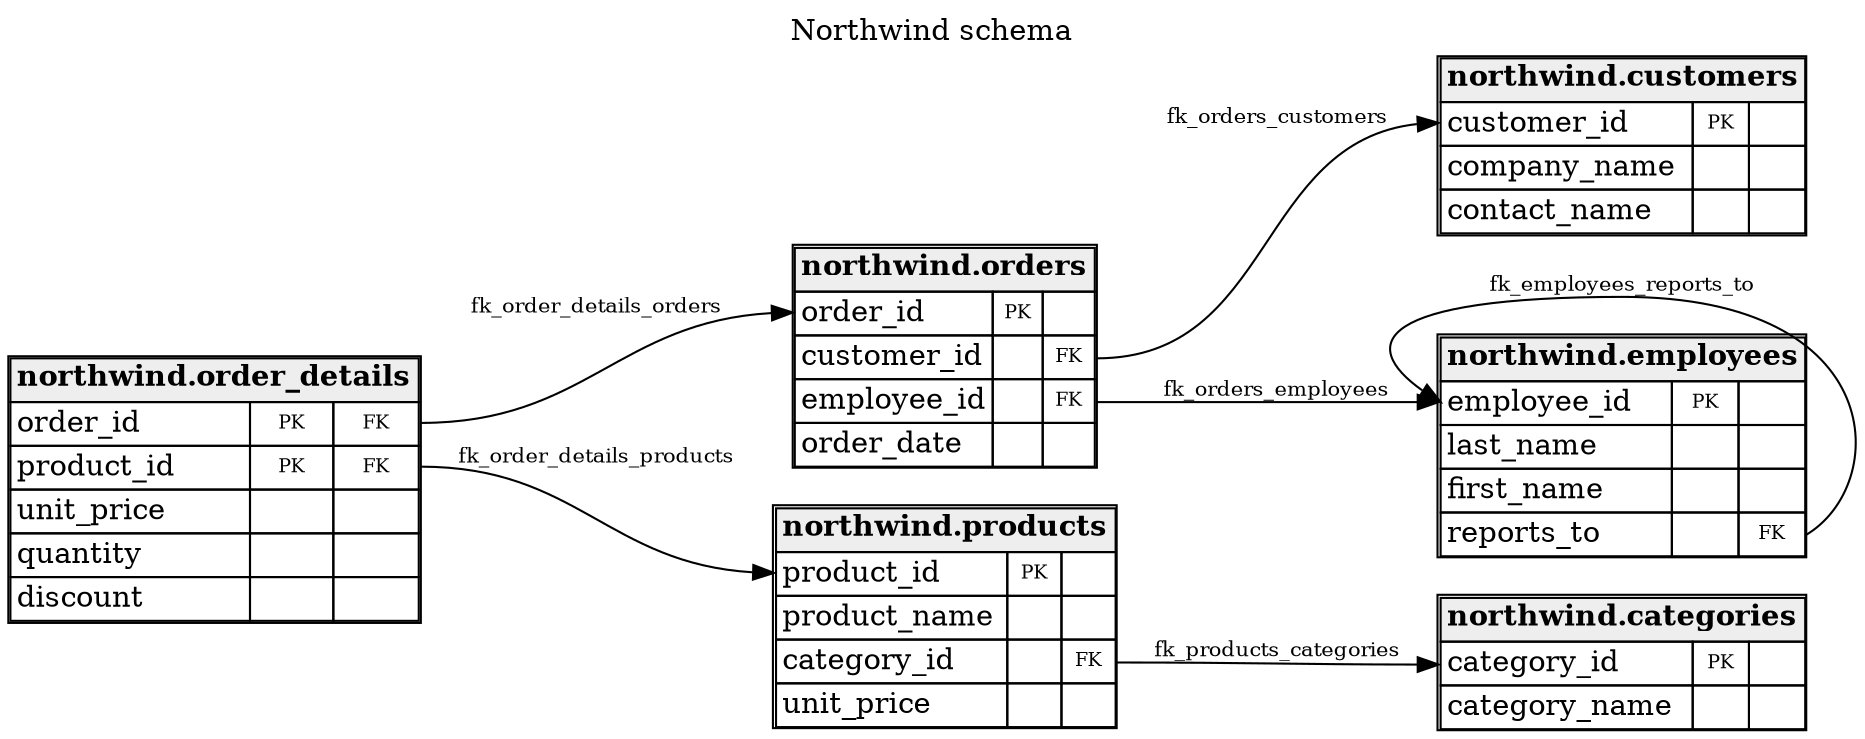
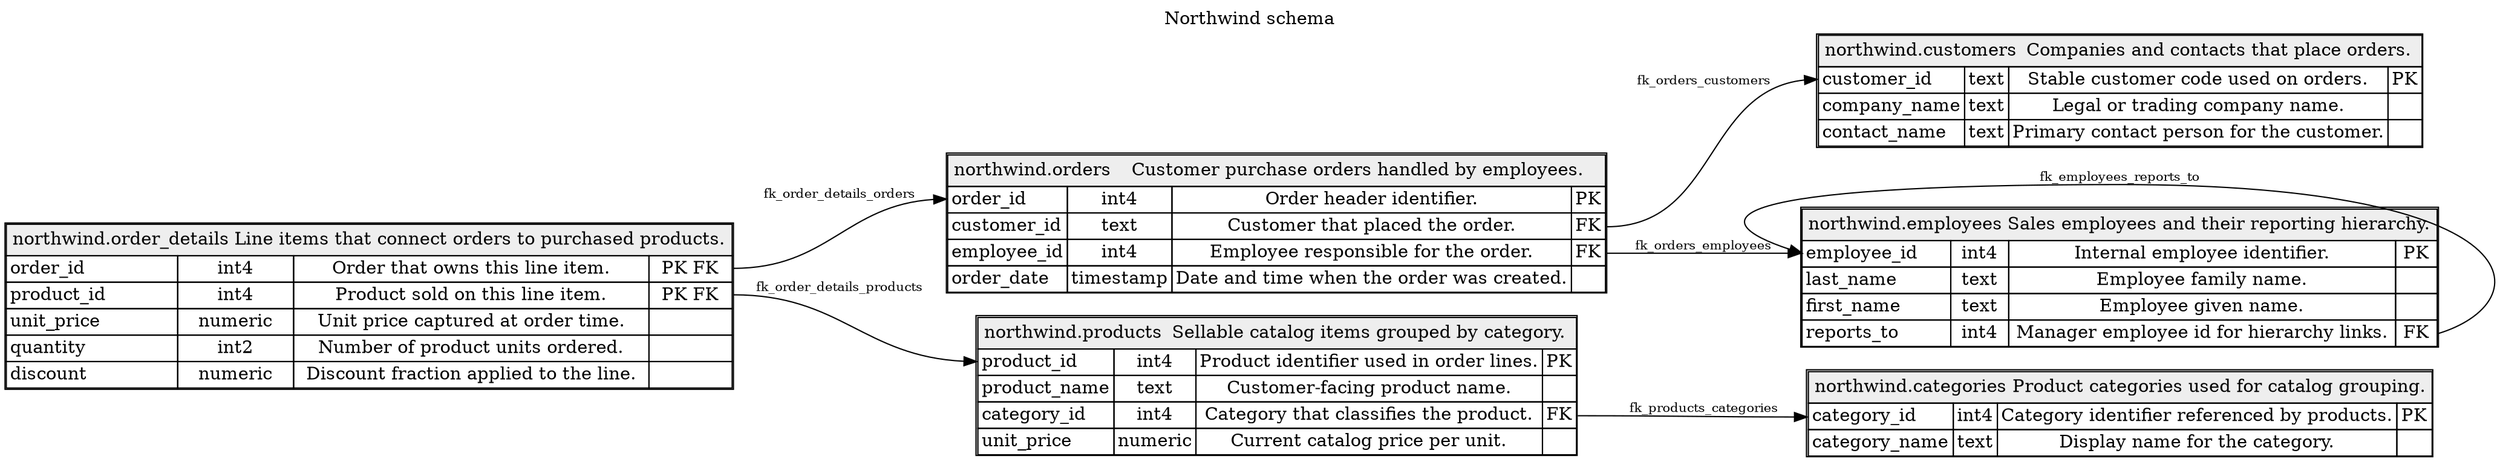
digraph DbSketch {
  graph [
    rankdir=LR,
    labelloc="t",
    label="Northwind schema"
  ];

  node [
    shape=plain
  ];

  edge [
    fontsize=10
  ];

  "table_northwind_categories" [
    label=<
      <TABLE BORDER="1" CELLBORDER="1" CELLSPACING="0">
-         <TR><TD COLSPAN="3" BGCOLOR="#EEEEEE" ALIGN="LEFT"><B>northwind.categories</B></TD></TR>
-         <TR><TD PORT="col_category_id" ALIGN="LEFT">category_id</TD><TD WIDTH="24" ALIGN="CENTER"><FONT POINT-SIZE="9">PK</FONT></TD><TD WIDTH="24"></TD></TR>
-         <TR><TD PORT="col_category_name" ALIGN="LEFT">category_name</TD><TD WIDTH="24"></TD><TD WIDTH="24"></TD></TR>
+         <TR><TD COLSPAN="4" BGCOLOR="#EEEEEE" ALIGN="LEFT"><TABLE BORDER="0" CELLBORDER="0" CELLSPACING="0"><TR><TD ALIGN="LEFT">northwind.categories</TD><TD ALIGN="LEFT">Product categories used for catalog grouping.</TD></TR></TABLE></TD></TR>
+         <TR><TD PORT="col_category_id" ALIGN="LEFT">category_id</TD><TD ALIGN="CENTER">int4</TD><TD ALIGN="CENTER">Category identifier referenced by products.</TD><TD ALIGN="CENTER">PK</TD></TR>
+         <TR><TD PORT="col_category_name" ALIGN="LEFT">category_name</TD><TD ALIGN="CENTER">text</TD><TD ALIGN="CENTER">Display name for the category.</TD><TD ALIGN="CENTER"></TD></TR>
      </TABLE>
    >
  ];

  "table_northwind_customers" [
    label=<
      <TABLE BORDER="1" CELLBORDER="1" CELLSPACING="0">
-         <TR><TD COLSPAN="3" BGCOLOR="#EEEEEE" ALIGN="LEFT"><B>northwind.customers</B></TD></TR>
-         <TR><TD PORT="col_customer_id" ALIGN="LEFT">customer_id</TD><TD WIDTH="24" ALIGN="CENTER"><FONT POINT-SIZE="9">PK</FONT></TD><TD WIDTH="24"></TD></TR>
-         <TR><TD PORT="col_company_name" ALIGN="LEFT">company_name</TD><TD WIDTH="24"></TD><TD WIDTH="24"></TD></TR>
-         <TR><TD PORT="col_contact_name" ALIGN="LEFT">contact_name</TD><TD WIDTH="24"></TD><TD WIDTH="24"></TD></TR>
+         <TR><TD COLSPAN="4" BGCOLOR="#EEEEEE" ALIGN="LEFT"><TABLE BORDER="0" CELLBORDER="0" CELLSPACING="0"><TR><TD ALIGN="LEFT">northwind.customers</TD><TD ALIGN="LEFT">Companies and contacts that place orders.</TD></TR></TABLE></TD></TR>
+         <TR><TD PORT="col_customer_id" ALIGN="LEFT">customer_id</TD><TD ALIGN="CENTER">text</TD><TD ALIGN="CENTER">Stable customer code used on orders.</TD><TD ALIGN="CENTER">PK</TD></TR>
+         <TR><TD PORT="col_company_name" ALIGN="LEFT">company_name</TD><TD ALIGN="CENTER">text</TD><TD ALIGN="CENTER">Legal or trading company name.</TD><TD ALIGN="CENTER"></TD></TR>
+         <TR><TD PORT="col_contact_name" ALIGN="LEFT">contact_name</TD><TD ALIGN="CENTER">text</TD><TD ALIGN="CENTER">Primary contact person for the customer.</TD><TD ALIGN="CENTER"></TD></TR>
      </TABLE>
    >
  ];

  "table_northwind_employees" [
    label=<
      <TABLE BORDER="1" CELLBORDER="1" CELLSPACING="0">
-         <TR><TD COLSPAN="3" BGCOLOR="#EEEEEE" ALIGN="LEFT"><B>northwind.employees</B></TD></TR>
-         <TR><TD PORT="col_employee_id" ALIGN="LEFT">employee_id</TD><TD WIDTH="24" ALIGN="CENTER"><FONT POINT-SIZE="9">PK</FONT></TD><TD WIDTH="24"></TD></TR>
-         <TR><TD PORT="col_last_name" ALIGN="LEFT">last_name</TD><TD WIDTH="24"></TD><TD WIDTH="24"></TD></TR>
-         <TR><TD PORT="col_first_name" ALIGN="LEFT">first_name</TD><TD WIDTH="24"></TD><TD WIDTH="24"></TD></TR>
-         <TR><TD PORT="col_reports_to" ALIGN="LEFT">reports_to</TD><TD WIDTH="24"></TD><TD PORT="col_reports_to_fk" WIDTH="24" ALIGN="CENTER"><FONT POINT-SIZE="9">FK</FONT></TD></TR>
+         <TR><TD COLSPAN="4" BGCOLOR="#EEEEEE" ALIGN="LEFT"><TABLE BORDER="0" CELLBORDER="0" CELLSPACING="0"><TR><TD ALIGN="LEFT">northwind.employees</TD><TD ALIGN="LEFT">Sales employees and their reporting hierarchy.</TD></TR></TABLE></TD></TR>
+         <TR><TD PORT="col_employee_id" ALIGN="LEFT">employee_id</TD><TD ALIGN="CENTER">int4</TD><TD ALIGN="CENTER">Internal employee identifier.</TD><TD ALIGN="CENTER">PK</TD></TR>
+         <TR><TD PORT="col_last_name" ALIGN="LEFT">last_name</TD><TD ALIGN="CENTER">text</TD><TD ALIGN="CENTER">Employee family name.</TD><TD ALIGN="CENTER"></TD></TR>
+         <TR><TD PORT="col_first_name" ALIGN="LEFT">first_name</TD><TD ALIGN="CENTER">text</TD><TD ALIGN="CENTER">Employee given name.</TD><TD ALIGN="CENTER"></TD></TR>
+         <TR><TD PORT="col_reports_to" ALIGN="LEFT">reports_to</TD><TD ALIGN="CENTER">int4</TD><TD ALIGN="CENTER">Manager employee id for hierarchy links.</TD><TD PORT="col_reports_to_fk" ALIGN="CENTER">FK</TD></TR>
      </TABLE>
    >
  ];

  "table_northwind_orders" [
    label=<
      <TABLE BORDER="1" CELLBORDER="1" CELLSPACING="0">
-         <TR><TD COLSPAN="3" BGCOLOR="#EEEEEE" ALIGN="LEFT"><B>northwind.orders</B></TD></TR>
-         <TR><TD PORT="col_order_id" ALIGN="LEFT">order_id</TD><TD WIDTH="24" ALIGN="CENTER"><FONT POINT-SIZE="9">PK</FONT></TD><TD WIDTH="24"></TD></TR>
-         <TR><TD PORT="col_customer_id" ALIGN="LEFT">customer_id</TD><TD WIDTH="24"></TD><TD PORT="col_customer_id_fk" WIDTH="24" ALIGN="CENTER"><FONT POINT-SIZE="9">FK</FONT></TD></TR>
-         <TR><TD PORT="col_employee_id" ALIGN="LEFT">employee_id</TD><TD WIDTH="24"></TD><TD PORT="col_employee_id_fk" WIDTH="24" ALIGN="CENTER"><FONT POINT-SIZE="9">FK</FONT></TD></TR>
-         <TR><TD PORT="col_order_date" ALIGN="LEFT">order_date</TD><TD WIDTH="24"></TD><TD WIDTH="24"></TD></TR>
+         <TR><TD COLSPAN="4" BGCOLOR="#EEEEEE" ALIGN="LEFT"><TABLE BORDER="0" CELLBORDER="0" CELLSPACING="0"><TR><TD ALIGN="LEFT">northwind.orders</TD><TD ALIGN="LEFT">Customer purchase orders handled by employees.</TD></TR></TABLE></TD></TR>
+         <TR><TD PORT="col_order_id" ALIGN="LEFT">order_id</TD><TD ALIGN="CENTER">int4</TD><TD ALIGN="CENTER">Order header identifier.</TD><TD ALIGN="CENTER">PK</TD></TR>
+         <TR><TD PORT="col_customer_id" ALIGN="LEFT">customer_id</TD><TD ALIGN="CENTER">text</TD><TD ALIGN="CENTER">Customer that placed the order.</TD><TD PORT="col_customer_id_fk" ALIGN="CENTER">FK</TD></TR>
+         <TR><TD PORT="col_employee_id" ALIGN="LEFT">employee_id</TD><TD ALIGN="CENTER">int4</TD><TD ALIGN="CENTER">Employee responsible for the order.</TD><TD PORT="col_employee_id_fk" ALIGN="CENTER">FK</TD></TR>
+         <TR><TD PORT="col_order_date" ALIGN="LEFT">order_date</TD><TD ALIGN="CENTER">timestamp</TD><TD ALIGN="CENTER">Date and time when the order was created.</TD><TD ALIGN="CENTER"></TD></TR>
      </TABLE>
    >
  ];

  "table_northwind_order_details" [
    label=<
      <TABLE BORDER="1" CELLBORDER="1" CELLSPACING="0">
-         <TR><TD COLSPAN="3" BGCOLOR="#EEEEEE" ALIGN="LEFT"><B>northwind.order_details</B></TD></TR>
-         <TR><TD PORT="col_order_id" ALIGN="LEFT">order_id</TD><TD WIDTH="24" ALIGN="CENTER"><FONT POINT-SIZE="9">PK</FONT></TD><TD PORT="col_order_id_fk" WIDTH="24" ALIGN="CENTER"><FONT POINT-SIZE="9">FK</FONT></TD></TR>
-         <TR><TD PORT="col_product_id" ALIGN="LEFT">product_id</TD><TD WIDTH="24" ALIGN="CENTER"><FONT POINT-SIZE="9">PK</FONT></TD><TD PORT="col_product_id_fk" WIDTH="24" ALIGN="CENTER"><FONT POINT-SIZE="9">FK</FONT></TD></TR>
-         <TR><TD PORT="col_unit_price" ALIGN="LEFT">unit_price</TD><TD WIDTH="24"></TD><TD WIDTH="24"></TD></TR>
-         <TR><TD PORT="col_quantity" ALIGN="LEFT">quantity</TD><TD WIDTH="24"></TD><TD WIDTH="24"></TD></TR>
-         <TR><TD PORT="col_discount" ALIGN="LEFT">discount</TD><TD WIDTH="24"></TD><TD WIDTH="24"></TD></TR>
+         <TR><TD COLSPAN="4" BGCOLOR="#EEEEEE" ALIGN="LEFT"><TABLE BORDER="0" CELLBORDER="0" CELLSPACING="0"><TR><TD ALIGN="LEFT">northwind.order_details</TD><TD ALIGN="LEFT">Line items that connect orders to purchased products.</TD></TR></TABLE></TD></TR>
+         <TR><TD PORT="col_order_id" ALIGN="LEFT">order_id</TD><TD ALIGN="CENTER">int4</TD><TD ALIGN="CENTER">Order that owns this line item.</TD><TD PORT="col_order_id_fk" ALIGN="CENTER">PK FK</TD></TR>
+         <TR><TD PORT="col_product_id" ALIGN="LEFT">product_id</TD><TD ALIGN="CENTER">int4</TD><TD ALIGN="CENTER">Product sold on this line item.</TD><TD PORT="col_product_id_fk" ALIGN="CENTER">PK FK</TD></TR>
+         <TR><TD PORT="col_unit_price" ALIGN="LEFT">unit_price</TD><TD ALIGN="CENTER">numeric</TD><TD ALIGN="CENTER">Unit price captured at order time.</TD><TD ALIGN="CENTER"></TD></TR>
+         <TR><TD PORT="col_quantity" ALIGN="LEFT">quantity</TD><TD ALIGN="CENTER">int2</TD><TD ALIGN="CENTER">Number of product units ordered.</TD><TD ALIGN="CENTER"></TD></TR>
+         <TR><TD PORT="col_discount" ALIGN="LEFT">discount</TD><TD ALIGN="CENTER">numeric</TD><TD ALIGN="CENTER">Discount fraction applied to the line.</TD><TD ALIGN="CENTER"></TD></TR>
      </TABLE>
    >
  ];

  "table_northwind_products" [
    label=<
      <TABLE BORDER="1" CELLBORDER="1" CELLSPACING="0">
-         <TR><TD COLSPAN="3" BGCOLOR="#EEEEEE" ALIGN="LEFT"><B>northwind.products</B></TD></TR>
-         <TR><TD PORT="col_product_id" ALIGN="LEFT">product_id</TD><TD WIDTH="24" ALIGN="CENTER"><FONT POINT-SIZE="9">PK</FONT></TD><TD WIDTH="24"></TD></TR>
-         <TR><TD PORT="col_product_name" ALIGN="LEFT">product_name</TD><TD WIDTH="24"></TD><TD WIDTH="24"></TD></TR>
-         <TR><TD PORT="col_category_id" ALIGN="LEFT">category_id</TD><TD WIDTH="24"></TD><TD PORT="col_category_id_fk" WIDTH="24" ALIGN="CENTER"><FONT POINT-SIZE="9">FK</FONT></TD></TR>
-         <TR><TD PORT="col_unit_price" ALIGN="LEFT">unit_price</TD><TD WIDTH="24"></TD><TD WIDTH="24"></TD></TR>
+         <TR><TD COLSPAN="4" BGCOLOR="#EEEEEE" ALIGN="LEFT"><TABLE BORDER="0" CELLBORDER="0" CELLSPACING="0"><TR><TD ALIGN="LEFT">northwind.products</TD><TD ALIGN="LEFT">Sellable catalog items grouped by category.</TD></TR></TABLE></TD></TR>
+         <TR><TD PORT="col_product_id" ALIGN="LEFT">product_id</TD><TD ALIGN="CENTER">int4</TD><TD ALIGN="CENTER">Product identifier used in order lines.</TD><TD ALIGN="CENTER">PK</TD></TR>
+         <TR><TD PORT="col_product_name" ALIGN="LEFT">product_name</TD><TD ALIGN="CENTER">text</TD><TD ALIGN="CENTER">Customer-facing product name.</TD><TD ALIGN="CENTER"></TD></TR>
+         <TR><TD PORT="col_category_id" ALIGN="LEFT">category_id</TD><TD ALIGN="CENTER">int4</TD><TD ALIGN="CENTER">Category that classifies the product.</TD><TD PORT="col_category_id_fk" ALIGN="CENTER">FK</TD></TR>
+         <TR><TD PORT="col_unit_price" ALIGN="LEFT">unit_price</TD><TD ALIGN="CENTER">numeric</TD><TD ALIGN="CENTER">Current catalog price per unit.</TD><TD ALIGN="CENTER"></TD></TR>
      </TABLE>
    >
  ];

  "table_northwind_employees":"col_reports_to_fk":e -> "table_northwind_employees":"col_employee_id":w [
    label="fk_employees_reports_to"
  ];
  "table_northwind_orders":"col_customer_id_fk":e -> "table_northwind_customers":"col_customer_id":w [
    label="fk_orders_customers"
  ];
  "table_northwind_orders":"col_employee_id_fk":e -> "table_northwind_employees":"col_employee_id":w [
    label="fk_orders_employees"
  ];
  "table_northwind_order_details":"col_order_id_fk":e -> "table_northwind_orders":"col_order_id":w [
    label="fk_order_details_orders"
  ];
  "table_northwind_order_details":"col_product_id_fk":e -> "table_northwind_products":"col_product_id":w [
    label="fk_order_details_products"
  ];
  "table_northwind_products":"col_category_id_fk":e -> "table_northwind_categories":"col_category_id":w [
    label="fk_products_categories"
  ];
}
